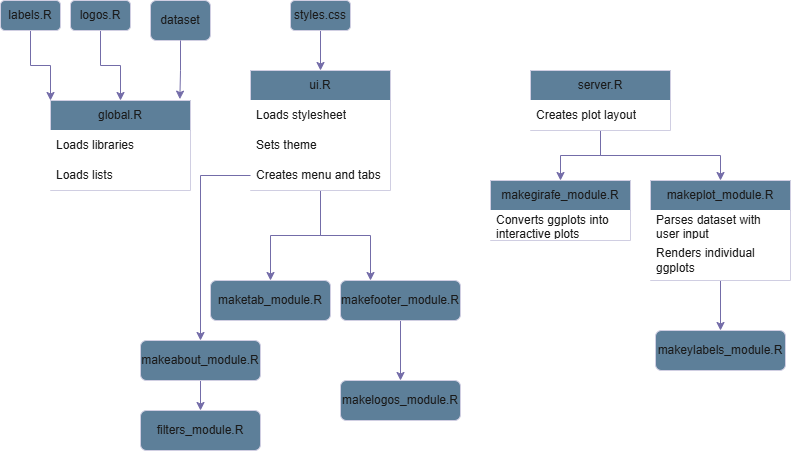
This is images/code_diagram.png from nagat-guled/Winter-pressures-dashboard, a draw.io export, as it was before one commit. Source tidied: cells renumbered, new cells last; positions are measured from the earlier drawing's top-left corner, leaving out a move shared by most shapes.
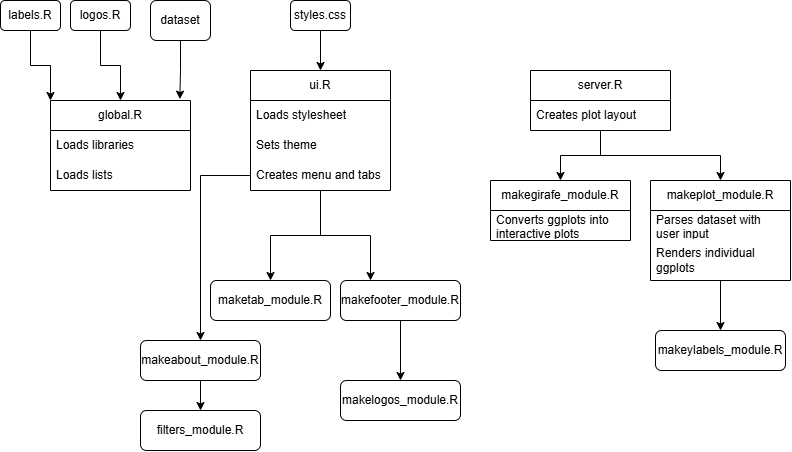
The same file after the commit.

Commit message:
Update code diagram

The edit, as a diff of the source:
```diff
@@ -2,112 +2,112 @@
   <root>
     <mxCell id="0" />
     <mxCell id="1" parent="0" />
-    <mxCell id="2" value="dataset" style="rounded=1;whiteSpace=wrap;html=1;labelBackgroundColor=none;fillColor=#5D7F99;strokeColor=#D0CEE2;fontColor=#1A1A1A;" parent="1" vertex="1">
+    <mxCell id="2" value="dataset" style="rounded=1;whiteSpace=wrap;html=1;labelBackgroundColor=none;" parent="1" vertex="1">
       <mxGeometry x="150" width="60" height="40" as="geometry" />
     </mxCell>
-    <mxCell id="3" style="edgeStyle=orthogonalEdgeStyle;rounded=0;jettySize=auto;html=1;entryX=0;entryY=0;entryDx=0;entryDy=0;labelBackgroundColor=none;strokeColor=#736CA8;fontColor=default;" parent="1" edge="1" source="4" target="7">
+    <mxCell id="3" style="edgeStyle=orthogonalEdgeStyle;rounded=0;jettySize=auto;html=1;entryX=0;entryY=0;entryDx=0;entryDy=0;labelBackgroundColor=none;fontColor=default;" parent="1" edge="1" source="4" target="7">
       <mxGeometry relative="1" as="geometry" />
     </mxCell>
-    <mxCell id="4" value="labels.R" style="rounded=1;whiteSpace=wrap;html=1;labelBackgroundColor=none;fillColor=#5D7F99;strokeColor=#D0CEE2;fontColor=#1A1A1A;" parent="1" vertex="1">
+    <mxCell id="4" value="labels.R" style="rounded=1;whiteSpace=wrap;html=1;labelBackgroundColor=none;" parent="1" vertex="1">
       <mxGeometry width="60" height="30" as="geometry" />
     </mxCell>
-    <mxCell id="5" style="edgeStyle=orthogonalEdgeStyle;rounded=0;jettySize=auto;html=1;entryX=0.5;entryY=0;entryDx=0;entryDy=0;labelBackgroundColor=none;strokeColor=#736CA8;fontColor=default;" parent="1" edge="1" source="6" target="7">
+    <mxCell id="5" style="edgeStyle=orthogonalEdgeStyle;rounded=0;jettySize=auto;html=1;entryX=0.5;entryY=0;entryDx=0;entryDy=0;labelBackgroundColor=none;fontColor=default;" parent="1" edge="1" source="6" target="7">
       <mxGeometry relative="1" as="geometry" />
     </mxCell>
-    <mxCell id="6" value="logos.R" style="rounded=1;whiteSpace=wrap;html=1;labelBackgroundColor=none;fillColor=#5D7F99;strokeColor=#D0CEE2;fontColor=#1A1A1A;" parent="1" vertex="1">
+    <mxCell id="6" value="logos.R" style="rounded=1;whiteSpace=wrap;html=1;labelBackgroundColor=none;" parent="1" vertex="1">
       <mxGeometry x="70" width="60" height="30" as="geometry" />
     </mxCell>
-    <mxCell id="7" value="global.R" style="swimlane;fontStyle=0;horizontal=1;startSize=30;whiteSpace=wrap;html=1;labelBackgroundColor=none;fillColor=#5D7F99;strokeColor=#D0CEE2;fontColor=#1A1A1A;" parent="1" vertex="1">
+    <mxCell id="7" value="global.R" style="swimlane;fontStyle=0;horizontal=1;startSize=30;whiteSpace=wrap;html=1;labelBackgroundColor=none;" parent="1" vertex="1">
       <mxGeometry x="50" y="100" width="140" height="90" as="geometry" />
     </mxCell>
-    <mxCell id="8" value="Loads libraries" style="text;strokeColor=none;fillColor=#FFFFFF;align=left;verticalAlign=middle;spacingLeft=4;spacingRight=4;overflow=hidden;whiteSpace=wrap;html=1;labelBackgroundColor=none;fontColor=#1A1A1A;" parent="7" vertex="1">
+    <mxCell id="8" value="Loads libraries" style="text;strokeColor=none;align=left;verticalAlign=middle;spacingLeft=4;spacingRight=4;overflow=hidden;whiteSpace=wrap;html=1;labelBackgroundColor=none;" parent="7" vertex="1">
       <mxGeometry y="30" width="140" height="30" as="geometry" />
     </mxCell>
-    <mxCell id="9" value="Loads lists" style="text;strokeColor=none;fillColor=#FFFFFF;align=left;verticalAlign=middle;spacingLeft=4;spacingRight=4;overflow=hidden;whiteSpace=wrap;html=1;labelBackgroundColor=none;fontColor=#1A1A1A;" parent="7" vertex="1">
+    <mxCell id="9" value="Loads lists" style="text;strokeColor=none;align=left;verticalAlign=middle;spacingLeft=4;spacingRight=4;overflow=hidden;whiteSpace=wrap;html=1;labelBackgroundColor=none;" parent="7" vertex="1">
       <mxGeometry y="60" width="140" height="30" as="geometry" />
     </mxCell>
-    <mxCell id="10" style="edgeStyle=orthogonalEdgeStyle;rounded=0;jettySize=auto;html=1;entryX=0.5;entryY=0;entryDx=0;entryDy=0;labelBackgroundColor=none;strokeColor=#736CA8;fontColor=default;" parent="1" edge="1" source="12" target="23">
+    <mxCell id="10" style="edgeStyle=orthogonalEdgeStyle;rounded=0;jettySize=auto;html=1;entryX=0.5;entryY=0;entryDx=0;entryDy=0;labelBackgroundColor=none;fontColor=default;" parent="1" edge="1" source="12" target="23">
       <mxGeometry relative="1" as="geometry" />
     </mxCell>
-    <mxCell id="11" style="edgeStyle=orthogonalEdgeStyle;rounded=0;jettySize=auto;html=1;entryX=0.25;entryY=0;entryDx=0;entryDy=0;labelBackgroundColor=none;strokeColor=#736CA8;fontColor=default;" parent="1" edge="1" source="12" target="25">
+    <mxCell id="11" style="edgeStyle=orthogonalEdgeStyle;rounded=0;jettySize=auto;html=1;entryX=0.25;entryY=0;entryDx=0;entryDy=0;labelBackgroundColor=none;fontColor=default;" parent="1" edge="1" source="12" target="25">
       <mxGeometry relative="1" as="geometry" />
     </mxCell>
-    <mxCell id="12" value="ui.R" style="swimlane;fontStyle=0;horizontal=1;startSize=30;whiteSpace=wrap;html=1;labelBackgroundColor=none;fillColor=#5D7F99;strokeColor=#D0CEE2;fontColor=#1A1A1A;" parent="1" vertex="1">
+    <mxCell id="12" value="ui.R" style="swimlane;fontStyle=0;horizontal=1;startSize=30;whiteSpace=wrap;html=1;labelBackgroundColor=none;" parent="1" vertex="1">
       <mxGeometry x="250" y="70" width="140" height="120" as="geometry" />
     </mxCell>
-    <mxCell id="13" value="Loads stylesheet" style="text;strokeColor=none;fillColor=#FFFFFF;align=left;verticalAlign=middle;spacingLeft=4;spacingRight=4;overflow=hidden;whiteSpace=wrap;html=1;labelBackgroundColor=none;fontColor=#1A1A1A;" parent="12" vertex="1">
+    <mxCell id="13" value="Loads stylesheet" style="text;strokeColor=none;align=left;verticalAlign=middle;spacingLeft=4;spacingRight=4;overflow=hidden;whiteSpace=wrap;html=1;labelBackgroundColor=none;" parent="12" vertex="1">
       <mxGeometry y="30" width="140" height="30" as="geometry" />
     </mxCell>
-    <mxCell id="14" value="Sets theme" style="text;strokeColor=none;fillColor=#FFFFFF;align=left;verticalAlign=middle;spacingLeft=4;spacingRight=4;overflow=hidden;whiteSpace=wrap;html=1;labelBackgroundColor=none;fontColor=#1A1A1A;" parent="12" vertex="1">
+    <mxCell id="14" value="Sets theme" style="text;strokeColor=none;align=left;verticalAlign=middle;spacingLeft=4;spacingRight=4;overflow=hidden;whiteSpace=wrap;html=1;labelBackgroundColor=none;" parent="12" vertex="1">
       <mxGeometry y="60" width="140" height="30" as="geometry" />
     </mxCell>
-    <mxCell id="15" value="Creates menu and tabs" style="text;strokeColor=none;fillColor=#FFFFFF;align=left;verticalAlign=middle;spacingLeft=4;spacingRight=4;overflow=hidden;points=[[0,0.5],[1,0.5]];portConstraint=eastwest;whiteSpace=wrap;html=1;labelBackgroundColor=none;fontColor=#1A1A1A;" parent="12" vertex="1">
+    <mxCell id="15" value="Creates menu and tabs" style="text;strokeColor=none;align=left;verticalAlign=middle;spacingLeft=4;spacingRight=4;overflow=hidden;points=[[0,0.5],[1,0.5]];portConstraint=eastwest;whiteSpace=wrap;html=1;labelBackgroundColor=none;" parent="12" vertex="1">
       <mxGeometry y="90" width="140" height="30" as="geometry" />
     </mxCell>
-    <mxCell id="16" style="edgeStyle=orthogonalEdgeStyle;rounded=0;jettySize=auto;html=1;entryX=0.5;entryY=0;entryDx=0;entryDy=0;labelBackgroundColor=none;strokeColor=#736CA8;fontColor=default;" parent="1" edge="1" source="18" target="31">
+    <mxCell id="16" style="edgeStyle=orthogonalEdgeStyle;rounded=0;jettySize=auto;html=1;entryX=0.5;entryY=0;entryDx=0;entryDy=0;labelBackgroundColor=none;fontColor=default;" parent="1" edge="1" source="18" target="31">
       <mxGeometry relative="1" as="geometry" />
     </mxCell>
-    <mxCell id="17" style="edgeStyle=orthogonalEdgeStyle;rounded=0;jettySize=auto;html=1;labelBackgroundColor=none;strokeColor=#736CA8;fontColor=default;" parent="1" edge="1" source="18" target="28">
+    <mxCell id="17" style="edgeStyle=orthogonalEdgeStyle;rounded=0;jettySize=auto;html=1;labelBackgroundColor=none;fontColor=default;" parent="1" edge="1" source="18" target="28">
       <mxGeometry relative="1" as="geometry" />
     </mxCell>
-    <mxCell id="18" value="server.R" style="swimlane;fontStyle=0;horizontal=1;startSize=30;whiteSpace=wrap;html=1;labelBackgroundColor=none;fillColor=#5D7F99;strokeColor=#D0CEE2;fontColor=#1A1A1A;" parent="1" vertex="1">
+    <mxCell id="18" value="server.R" style="swimlane;fontStyle=0;horizontal=1;startSize=30;whiteSpace=wrap;html=1;labelBackgroundColor=none;" parent="1" vertex="1">
       <mxGeometry x="530" y="70" width="140" height="60" as="geometry" />
     </mxCell>
-    <mxCell id="19" value="Creates plot layout" style="text;strokeColor=none;fillColor=#FFFFFF;align=left;verticalAlign=middle;spacingLeft=4;spacingRight=4;overflow=hidden;whiteSpace=wrap;html=1;labelBackgroundColor=none;fontColor=#1A1A1A;" parent="18" vertex="1">
+    <mxCell id="19" value="Creates plot layout" style="text;strokeColor=none;align=left;verticalAlign=middle;spacingLeft=4;spacingRight=4;overflow=hidden;whiteSpace=wrap;html=1;labelBackgroundColor=none;" parent="18" vertex="1">
       <mxGeometry y="30" width="140" height="30" as="geometry" />
     </mxCell>
-    <mxCell id="20" style="edgeStyle=orthogonalEdgeStyle;rounded=0;jettySize=auto;html=1;entryX=0.924;entryY=-0.015;entryDx=0;entryDy=0;entryPerimeter=0;labelBackgroundColor=none;strokeColor=#736CA8;fontColor=default;" parent="1" edge="1" source="2" target="7">
+    <mxCell id="20" style="edgeStyle=orthogonalEdgeStyle;rounded=0;jettySize=auto;html=1;entryX=0.924;entryY=-0.015;entryDx=0;entryDy=0;entryPerimeter=0;labelBackgroundColor=none;fontColor=default;" parent="1" edge="1" source="2" target="7">
       <mxGeometry relative="1" as="geometry" />
     </mxCell>
-    <mxCell id="21" style="edgeStyle=orthogonalEdgeStyle;rounded=0;jettySize=auto;html=1;entryX=0.5;entryY=0;entryDx=0;entryDy=0;labelBackgroundColor=none;strokeColor=#736CA8;fontColor=default;" parent="1" edge="1" source="22" target="12">
+    <mxCell id="21" style="edgeStyle=orthogonalEdgeStyle;rounded=0;jettySize=auto;html=1;entryX=0.5;entryY=0;entryDx=0;entryDy=0;labelBackgroundColor=none;fontColor=default;" parent="1" edge="1" source="22" target="12">
       <mxGeometry relative="1" as="geometry" />
     </mxCell>
-    <mxCell id="22" value="styles.css" style="rounded=1;whiteSpace=wrap;html=1;labelBackgroundColor=none;fillColor=#5D7F99;strokeColor=#D0CEE2;fontColor=#1A1A1A;" parent="1" vertex="1">
+    <mxCell id="22" value="styles.css" style="rounded=1;whiteSpace=wrap;html=1;labelBackgroundColor=none;" parent="1" vertex="1">
       <mxGeometry x="290" width="60" height="30" as="geometry" />
     </mxCell>
-    <mxCell id="23" value="maketab_module.R" style="rounded=1;whiteSpace=wrap;html=1;labelBackgroundColor=none;fillColor=#5D7F99;strokeColor=#D0CEE2;fontColor=#1A1A1A;" parent="1" vertex="1">
+    <mxCell id="23" value="maketab_module.R" style="rounded=1;whiteSpace=wrap;html=1;labelBackgroundColor=none;" parent="1" vertex="1">
       <mxGeometry x="210" y="280" width="120" height="40" as="geometry" />
     </mxCell>
-    <mxCell id="24" style="edgeStyle=orthogonalEdgeStyle;rounded=0;jettySize=auto;html=1;entryX=0.5;entryY=0;entryDx=0;entryDy=0;labelBackgroundColor=none;strokeColor=#736CA8;fontColor=default;" parent="1" edge="1" source="25" target="26">
+    <mxCell id="24" style="edgeStyle=orthogonalEdgeStyle;rounded=0;jettySize=auto;html=1;entryX=0.5;entryY=0;entryDx=0;entryDy=0;labelBackgroundColor=none;fontColor=default;" parent="1" edge="1" source="25" target="26">
       <mxGeometry relative="1" as="geometry" />
     </mxCell>
-    <mxCell id="25" value="makefooter_module.R" style="rounded=1;whiteSpace=wrap;html=1;labelBackgroundColor=none;fillColor=#5D7F99;strokeColor=#D0CEE2;fontColor=#1A1A1A;" parent="1" vertex="1">
+    <mxCell id="25" value="makefooter_module.R" style="rounded=1;whiteSpace=wrap;html=1;labelBackgroundColor=none;" parent="1" vertex="1">
       <mxGeometry x="340" y="280" width="120" height="40" as="geometry" />
     </mxCell>
-    <mxCell id="26" value="makelogos_module.R" style="rounded=1;whiteSpace=wrap;html=1;labelBackgroundColor=none;fillColor=#5D7F99;strokeColor=#D0CEE2;fontColor=#1A1A1A;" parent="1" vertex="1">
+    <mxCell id="26" value="makelogos_module.R" style="rounded=1;whiteSpace=wrap;html=1;labelBackgroundColor=none;" parent="1" vertex="1">
       <mxGeometry x="340" y="380" width="120" height="40" as="geometry" />
     </mxCell>
-    <mxCell id="27" style="edgeStyle=orthogonalEdgeStyle;rounded=0;jettySize=auto;html=1;entryX=0.5;entryY=0;entryDx=0;entryDy=0;strokeColor=#736CA8;fontColor=#1A1A1A;" parent="1" edge="1" source="28" target="37">
+    <mxCell id="27" style="edgeStyle=orthogonalEdgeStyle;rounded=0;jettySize=auto;html=1;entryX=0.5;entryY=0;entryDx=0;entryDy=0;fontColor=default;labelBackgroundColor=none;" parent="1" edge="1" source="28" target="37">
       <mxGeometry relative="1" as="geometry" />
     </mxCell>
-    <mxCell id="28" value="makeplot_module.R" style="swimlane;fontStyle=0;horizontal=1;startSize=30;whiteSpace=wrap;html=1;labelBackgroundColor=none;fillColor=#5D7F99;strokeColor=#D0CEE2;fontColor=#1A1A1A;" parent="1" vertex="1">
+    <mxCell id="28" value="makeplot_module.R" style="swimlane;fontStyle=0;horizontal=1;startSize=30;whiteSpace=wrap;html=1;labelBackgroundColor=none;" parent="1" vertex="1">
       <mxGeometry x="650" y="180" width="140" height="100" as="geometry" />
     </mxCell>
-    <mxCell id="29" value="Parses dataset with user input" style="text;strokeColor=none;fillColor=#FFFFFF;align=left;verticalAlign=middle;spacingLeft=4;spacingRight=4;overflow=hidden;whiteSpace=wrap;html=1;labelBackgroundColor=none;fontColor=#1A1A1A;" parent="28" vertex="1">
+    <mxCell id="29" value="Parses dataset with user input" style="text;strokeColor=none;align=left;verticalAlign=middle;spacingLeft=4;spacingRight=4;overflow=hidden;whiteSpace=wrap;html=1;labelBackgroundColor=none;" parent="28" vertex="1">
       <mxGeometry y="30" width="140" height="30" as="geometry" />
     </mxCell>
-    <mxCell id="30" value="Renders individual ggplots" style="text;strokeColor=none;fillColor=#FFFFFF;align=left;verticalAlign=middle;spacingLeft=4;spacingRight=4;overflow=hidden;whiteSpace=wrap;html=1;labelBackgroundColor=none;fontColor=#1A1A1A;" parent="28" vertex="1">
+    <mxCell id="30" value="Renders individual ggplots" style="text;strokeColor=none;align=left;verticalAlign=middle;spacingLeft=4;spacingRight=4;overflow=hidden;whiteSpace=wrap;html=1;labelBackgroundColor=none;" parent="28" vertex="1">
       <mxGeometry y="60" width="140" height="40" as="geometry" />
     </mxCell>
-    <mxCell id="31" value="makegirafe_module.R" style="swimlane;fontStyle=0;horizontal=1;startSize=30;whiteSpace=wrap;html=1;labelBackgroundColor=none;fillColor=#5D7F99;strokeColor=#D0CEE2;fontColor=#1A1A1A;" parent="1" vertex="1">
+    <mxCell id="31" value="makegirafe_module.R" style="swimlane;fontStyle=0;horizontal=1;startSize=30;whiteSpace=wrap;html=1;labelBackgroundColor=none;" parent="1" vertex="1">
       <mxGeometry x="490" y="180" width="140" height="60" as="geometry" />
     </mxCell>
-    <mxCell id="32" value="Converts ggplots into interactive plots" style="text;strokeColor=none;fillColor=#FFFFFF;align=left;verticalAlign=middle;spacingLeft=4;spacingRight=4;overflow=hidden;whiteSpace=wrap;html=1;labelBackgroundColor=none;fontColor=#1A1A1A;" parent="31" vertex="1">
+    <mxCell id="32" value="Converts ggplots into interactive plots" style="text;strokeColor=none;align=left;verticalAlign=middle;spacingLeft=4;spacingRight=4;overflow=hidden;whiteSpace=wrap;html=1;labelBackgroundColor=none;" parent="31" vertex="1">
       <mxGeometry y="30" width="140" height="30" as="geometry" />
     </mxCell>
-    <mxCell id="33" style="edgeStyle=orthogonalEdgeStyle;rounded=0;jettySize=auto;html=1;entryX=0.5;entryY=0;entryDx=0;entryDy=0;labelBackgroundColor=none;strokeColor=#736CA8;fontColor=default;" parent="1" edge="1" source="34" target="36">
+    <mxCell id="33" style="edgeStyle=orthogonalEdgeStyle;rounded=0;jettySize=auto;html=1;entryX=0.5;entryY=0;entryDx=0;entryDy=0;labelBackgroundColor=none;fontColor=default;" parent="1" edge="1" source="34" target="36">
       <mxGeometry relative="1" as="geometry" />
     </mxCell>
-    <mxCell id="34" value="makeabout_module.R" style="rounded=1;whiteSpace=wrap;html=1;labelBackgroundColor=none;fillColor=#5D7F99;strokeColor=#D0CEE2;fontColor=#1A1A1A;" parent="1" vertex="1">
+    <mxCell id="34" value="makeabout_module.R" style="rounded=1;whiteSpace=wrap;html=1;labelBackgroundColor=none;" parent="1" vertex="1">
       <mxGeometry x="140" y="340" width="120" height="40" as="geometry" />
     </mxCell>
-    <mxCell id="35" style="edgeStyle=orthogonalEdgeStyle;rounded=0;jettySize=auto;html=1;entryX=0.5;entryY=0;entryDx=0;entryDy=0;labelBackgroundColor=none;strokeColor=#736CA8;fontColor=default;" parent="1" edge="1" source="15" target="34">
+    <mxCell id="35" style="edgeStyle=orthogonalEdgeStyle;rounded=0;jettySize=auto;html=1;entryX=0.5;entryY=0;entryDx=0;entryDy=0;labelBackgroundColor=none;fontColor=default;" parent="1" edge="1" source="15" target="34">
       <mxGeometry relative="1" as="geometry" />
     </mxCell>
-    <mxCell id="36" value="&lt;div&gt;&lt;br&gt;&lt;/div&gt;filters_module.R&lt;div&gt;&lt;br&gt;&lt;/div&gt;" style="rounded=1;whiteSpace=wrap;html=1;labelBackgroundColor=none;fillColor=#5D7F99;strokeColor=#D0CEE2;fontColor=#1A1A1A;" parent="1" vertex="1">
+    <mxCell id="36" value="&lt;div&gt;&lt;br&gt;&lt;/div&gt;filters_module.R&lt;div&gt;&lt;br&gt;&lt;/div&gt;" style="rounded=1;whiteSpace=wrap;html=1;labelBackgroundColor=none;" parent="1" vertex="1">
       <mxGeometry x="140" y="410" width="120" height="40" as="geometry" />
     </mxCell>
-    <mxCell id="37" value="makeylabels_module.R" style="rounded=1;whiteSpace=wrap;html=1;labelBackgroundColor=none;fillColor=#5D7F99;strokeColor=#D0CEE2;fontColor=#1A1A1A;" parent="1" vertex="1">
+    <mxCell id="37" value="makeylabels_module.R" style="rounded=1;whiteSpace=wrap;html=1;labelBackgroundColor=none;" parent="1" vertex="1">
       <mxGeometry x="655" y="330" width="130" height="40" as="geometry" />
     </mxCell>
   </root>
```
